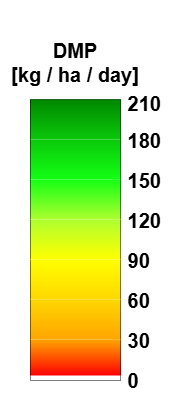
Before: legends/clms_global_dmp-dmp_300m_v2_10daily.png, a diagram exported from draw.io (copernicus-land/colourmaps-legends). Source tidied: cells renumbered, new cells last; positions are measured from the earlier drawing's top-left corner, leaving out a move shared by most shapes. The source it was exported from:
```xml
<mxGraphModel>
  <root>
    <mxCell id="0" />
    <mxCell id="1" parent="0" />
    <mxCell id="2" style="group;" parent="1" vertex="1">
      <mxGeometry width="180" height="400" as="geometry" />
    </mxCell>
    <mxCell id="3" style="rounded=0;whiteSpace=wrap;html=1;fillColor=none;strokeColor=#000000;" parent="2" vertex="1">
      <mxGeometry x="30" y="99.2" width="90" height="280.8" as="geometry" />
    </mxCell>
    <mxCell id="4" value="&lt;b&gt;&amp;nbsp;0&lt;/b&gt;" style="text;html=1;align=left;verticalAlign=middle;whiteSpace=wrap;rounded=0;fontSize=20;" parent="2" vertex="1">
      <mxGeometry x="120" y="370" width="50" height="20" as="geometry" />
    </mxCell>
    <mxCell id="5" value="&lt;b&gt;&amp;nbsp;180&lt;/b&gt;" style="text;html=1;align=left;verticalAlign=middle;whiteSpace=wrap;rounded=0;fontSize=20;" parent="2" vertex="1">
      <mxGeometry x="120" y="130" width="50" height="20" as="geometry" />
    </mxCell>
    <mxCell id="6" value="DMP&lt;br&gt;[kg / ha / day]" style="text;html=1;align=center;verticalAlign=bottom;whiteSpace=wrap;rounded=0;fontStyle=1;fontSize=20;" parent="2" vertex="1">
      <mxGeometry width="150" height="89.2" as="geometry" />
    </mxCell>
    <mxCell id="7" style="rounded=0;whiteSpace=wrap;html=1;strokeColor=none;fillColor=none;" parent="2" vertex="1">
      <mxGeometry x="10" y="125" width="10" height="275" as="geometry" />
    </mxCell>
    <mxCell id="8" value="&lt;b&gt;&amp;nbsp;120&lt;/b&gt;" style="text;html=1;align=left;verticalAlign=middle;whiteSpace=wrap;rounded=0;fontSize=20;" parent="2" vertex="1">
      <mxGeometry x="120" y="210" width="50" height="20" as="geometry" />
    </mxCell>
    <mxCell id="9" value="&lt;b&gt;&amp;nbsp;60&lt;/b&gt;" style="text;html=1;align=left;verticalAlign=middle;whiteSpace=wrap;rounded=0;fontSize=20;" parent="2" vertex="1">
      <mxGeometry x="120" y="290" width="50" height="20" as="geometry" />
    </mxCell>
    <mxCell id="10" style="rounded=0;whiteSpace=wrap;html=1;gradientDirection=south;rotation=0;strokeColor=none;" parent="2" vertex="1">
      <mxGeometry x="30" y="374.9" width="90" height="5.1" as="geometry" />
    </mxCell>
    <mxCell id="11" style="rounded=0;whiteSpace=wrap;html=1;gradientColor=light-dark(#FF0000,#FF0000);gradientDirection=south;strokeColor=none;rotation=0;fillColor=light-dark(#FFA500,#FFA500);" parent="2" vertex="1">
      <mxGeometry x="30" y="339" width="90" height="36" as="geometry" />
    </mxCell>
    <mxCell id="12" style="rounded=0;whiteSpace=wrap;html=1;gradientColor=light-dark(#FFA500,#FFA500);gradientDirection=south;strokeColor=none;rotation=0;fillColor=light-dark(#FFD700,#FFD700);" parent="2" vertex="1">
      <mxGeometry x="30" y="299" width="90" height="40" as="geometry" />
    </mxCell>
    <mxCell id="13" style="rounded=0;whiteSpace=wrap;html=1;gradientColor=light-dark(#FFD700,#FFD700);gradientDirection=south;strokeColor=none;rotation=0;fillColor=light-dark(#FFFF00,#FFFF00);" parent="2" vertex="1">
      <mxGeometry x="30" y="259" width="90" height="40" as="geometry" />
    </mxCell>
    <mxCell id="14" style="rounded=0;whiteSpace=wrap;html=1;gradientColor=light-dark(#FFFF00,#FFFF00);gradientDirection=south;strokeColor=none;rotation=0;fillColor=light-dark(#ADFF2F,#ADFF2F);" parent="2" vertex="1">
      <mxGeometry x="30" y="219" width="90" height="40" as="geometry" />
    </mxCell>
    <mxCell id="15" style="rounded=0;whiteSpace=wrap;html=1;gradientColor=light-dark(#ADFF2F,#ADFF2F);gradientDirection=south;strokeColor=none;rotation=0;fillColor=light-dark(#14FF14,#14FF14);" parent="2" vertex="1">
      <mxGeometry x="30" y="179" width="90" height="40" as="geometry" />
    </mxCell>
    <mxCell id="16" style="rounded=0;whiteSpace=wrap;html=1;gradientColor=light-dark(#14FF14,#14FF14);gradientDirection=south;strokeColor=none;rotation=0;fillColor=light-dark(#0AC80A,#0AC80A);" parent="2" vertex="1">
      <mxGeometry x="30" y="139" width="90" height="40" as="geometry" />
    </mxCell>
    <mxCell id="17" value="&lt;b&gt;&amp;nbsp;150&lt;/b&gt;" style="text;html=1;align=left;verticalAlign=middle;whiteSpace=wrap;rounded=0;fontSize=20;" parent="2" vertex="1">
      <mxGeometry x="120" y="170" width="50" height="20" as="geometry" />
    </mxCell>
    <mxCell id="18" value="&lt;b&gt;&amp;nbsp;90&lt;/b&gt;" style="text;html=1;align=left;verticalAlign=middle;whiteSpace=wrap;rounded=0;fontSize=20;" parent="2" vertex="1">
      <mxGeometry x="120" y="250" width="50" height="20" as="geometry" />
    </mxCell>
    <mxCell id="19" value="&lt;b&gt;&amp;nbsp;30&lt;/b&gt;" style="text;html=1;align=left;verticalAlign=middle;whiteSpace=wrap;rounded=0;fontSize=20;" parent="2" vertex="1">
      <mxGeometry x="120" y="330" width="50" height="20" as="geometry" />
    </mxCell>
    <mxCell id="20" style="rounded=0;whiteSpace=wrap;html=1;strokeColor=none;fillColor=none;" parent="2" vertex="1">
      <mxGeometry x="170" y="123.2" width="10" height="275" as="geometry" />
    </mxCell>
    <mxCell id="21" style="rounded=0;whiteSpace=wrap;html=1;gradientColor=light-dark(#0AC80A,#0AC80A);gradientDirection=south;strokeColor=none;rotation=0;fillColor=light-dark(#008800,#008800);" parent="2" vertex="1">
      <mxGeometry x="30" y="99" width="90" height="40" as="geometry" />
    </mxCell>
    <mxCell id="22" value="&lt;b&gt;&amp;nbsp;210&lt;/b&gt;" style="text;html=1;align=left;verticalAlign=middle;whiteSpace=wrap;rounded=0;fontSize=20;" parent="2" vertex="1">
      <mxGeometry x="120" y="92.5" width="50" height="20" as="geometry" />
    </mxCell>
  </root>
</mxGraphModel>
```
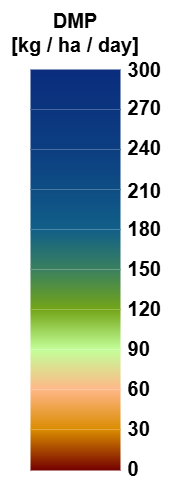
After the commit.

Commit message:
DMP, GDMP, GPP, NPP global 300m v2 update

Diff of the diagram source:
```diff
@@ -2,68 +2,80 @@
   <root>
     <mxCell id="0" />
     <mxCell id="1" parent="0" />
-    <mxCell id="2" style="group;" parent="1" vertex="1">
-      <mxGeometry width="180" height="400" as="geometry" />
-    </mxCell>
-    <mxCell id="3" style="rounded=0;whiteSpace=wrap;html=1;fillColor=none;strokeColor=#000000;" parent="2" vertex="1">
-      <mxGeometry x="30" y="99.2" width="90" height="280.8" as="geometry" />
-    </mxCell>
+    <mxCell id="23" style="group;" parent="1" vertex="1">
+      <mxGeometry x="-320" y="20" width="180" height="487.5" as="geometry" />
+    </mxCell>
-    <mxCell id="4" value="&lt;b&gt;&amp;nbsp;0&lt;/b&gt;" style="text;html=1;align=left;verticalAlign=middle;whiteSpace=wrap;rounded=0;fontSize=20;" parent="2" vertex="1">
-      <mxGeometry x="120" y="370" width="50" height="20" as="geometry" />
+    <mxCell id="4" value="&lt;b&gt;&amp;nbsp;0&lt;/b&gt;" style="text;html=1;align=left;verticalAlign=middle;whiteSpace=wrap;rounded=0;fontSize=20;" parent="23" vertex="1">
+      <mxGeometry x="120" y="457.5" width="50" height="20" as="geometry" />
     </mxCell>
-    <mxCell id="5" value="&lt;b&gt;&amp;nbsp;180&lt;/b&gt;" style="text;html=1;align=left;verticalAlign=middle;whiteSpace=wrap;rounded=0;fontSize=20;" parent="2" vertex="1">
-      <mxGeometry x="120" y="130" width="50" height="20" as="geometry" />
+    <mxCell id="5" value="&lt;b&gt;&amp;nbsp;180&lt;/b&gt;" style="text;html=1;align=left;verticalAlign=middle;whiteSpace=wrap;rounded=0;fontSize=20;" parent="23" vertex="1">
+      <mxGeometry x="120" y="217.5" width="50" height="20" as="geometry" />
     </mxCell>
-    <mxCell id="6" value="DMP&lt;br&gt;[kg / ha / day]" style="text;html=1;align=center;verticalAlign=bottom;whiteSpace=wrap;rounded=0;fontStyle=1;fontSize=20;" parent="2" vertex="1">
-      <mxGeometry width="150" height="89.2" as="geometry" />
+    <mxCell id="6" value="DMP&lt;br&gt;[kg / ha / day]" style="text;html=1;align=center;verticalAlign=bottom;whiteSpace=wrap;rounded=0;fontStyle=1;fontSize=20;" parent="23" vertex="1">
+      <mxGeometry width="150" height="59.2" as="geometry" />
     </mxCell>
-    <mxCell id="7" style="rounded=0;whiteSpace=wrap;html=1;strokeColor=none;fillColor=none;" parent="2" vertex="1">
-      <mxGeometry x="10" y="125" width="10" height="275" as="geometry" />
-    </mxCell>
+    <mxCell id="24" style="rounded=0;whiteSpace=wrap;html=1;strokeColor=none;fillColor=none;" parent="23" vertex="1">
+      <mxGeometry x="10" y="212.5" width="10" height="275" as="geometry" />
+    </mxCell>
-    <mxCell id="8" value="&lt;b&gt;&amp;nbsp;120&lt;/b&gt;" style="text;html=1;align=left;verticalAlign=middle;whiteSpace=wrap;rounded=0;fontSize=20;" parent="2" vertex="1">
-      <mxGeometry x="120" y="210" width="50" height="20" as="geometry" />
+    <mxCell id="8" value="&lt;b&gt;&amp;nbsp;120&lt;/b&gt;" style="text;html=1;align=left;verticalAlign=middle;whiteSpace=wrap;rounded=0;fontSize=20;" parent="23" vertex="1">
+      <mxGeometry x="120" y="297.5" width="50" height="20" as="geometry" />
     </mxCell>
-    <mxCell id="9" value="&lt;b&gt;&amp;nbsp;60&lt;/b&gt;" style="text;html=1;align=left;verticalAlign=middle;whiteSpace=wrap;rounded=0;fontSize=20;" parent="2" vertex="1">
-      <mxGeometry x="120" y="290" width="50" height="20" as="geometry" />
+    <mxCell id="9" value="&lt;b&gt;&amp;nbsp;60&lt;/b&gt;" style="text;html=1;align=left;verticalAlign=middle;whiteSpace=wrap;rounded=0;fontSize=20;" parent="23" vertex="1">
+      <mxGeometry x="120" y="377.5" width="50" height="20" as="geometry" />
     </mxCell>
-    <mxCell id="10" style="rounded=0;whiteSpace=wrap;html=1;gradientDirection=south;rotation=0;strokeColor=none;" parent="2" vertex="1">
-      <mxGeometry x="30" y="374.9" width="90" height="5.1" as="geometry" />
-    </mxCell>
-    <mxCell id="11" style="rounded=0;whiteSpace=wrap;html=1;gradientColor=light-dark(#FF0000,#FF0000);gradientDirection=south;strokeColor=none;rotation=0;fillColor=light-dark(#FFA500,#FFA500);" parent="2" vertex="1">
-      <mxGeometry x="30" y="339" width="90" height="36" as="geometry" />
-    </mxCell>
-    <mxCell id="12" style="rounded=0;whiteSpace=wrap;html=1;gradientColor=light-dark(#FFA500,#FFA500);gradientDirection=south;strokeColor=none;rotation=0;fillColor=light-dark(#FFD700,#FFD700);" parent="2" vertex="1">
-      <mxGeometry x="30" y="299" width="90" height="40" as="geometry" />
-    </mxCell>
-    <mxCell id="13" style="rounded=0;whiteSpace=wrap;html=1;gradientColor=light-dark(#FFD700,#FFD700);gradientDirection=south;strokeColor=none;rotation=0;fillColor=light-dark(#FFFF00,#FFFF00);" parent="2" vertex="1">
-      <mxGeometry x="30" y="259" width="90" height="40" as="geometry" />
-    </mxCell>
-    <mxCell id="14" style="rounded=0;whiteSpace=wrap;html=1;gradientColor=light-dark(#FFFF00,#FFFF00);gradientDirection=south;strokeColor=none;rotation=0;fillColor=light-dark(#ADFF2F,#ADFF2F);" parent="2" vertex="1">
-      <mxGeometry x="30" y="219" width="90" height="40" as="geometry" />
-    </mxCell>
-    <mxCell id="15" style="rounded=0;whiteSpace=wrap;html=1;gradientColor=light-dark(#ADFF2F,#ADFF2F);gradientDirection=south;strokeColor=none;rotation=0;fillColor=light-dark(#14FF14,#14FF14);" parent="2" vertex="1">
-      <mxGeometry x="30" y="179" width="90" height="40" as="geometry" />
-    </mxCell>
-    <mxCell id="16" style="rounded=0;whiteSpace=wrap;html=1;gradientColor=light-dark(#14FF14,#14FF14);gradientDirection=south;strokeColor=none;rotation=0;fillColor=light-dark(#0AC80A,#0AC80A);" parent="2" vertex="1">
-      <mxGeometry x="30" y="139" width="90" height="40" as="geometry" />
-    </mxCell>
+    <mxCell id="25" style="rounded=0;whiteSpace=wrap;html=1;gradientColor=light-dark(#DA8C00,#DA8C00);gradientDirection=south;strokeColor=none;rotation=0;fillColor=light-dark(#FFB787,#FFB787);" parent="23" vertex="1">
+      <mxGeometry x="30" y="389" width="90" height="40" as="geometry" />
+    </mxCell>
+    <mxCell id="26" style="rounded=0;whiteSpace=wrap;html=1;gradientColor=light-dark(#FFB787,#FFB787);gradientDirection=south;strokeColor=none;rotation=0;fillColor=light-dark(#C3FF99,#C3FF99);" parent="23" vertex="1">
+      <mxGeometry x="30" y="349" width="90" height="40" as="geometry" />
+    </mxCell>
+    <mxCell id="27" style="rounded=0;whiteSpace=wrap;html=1;gradientColor=light-dark(#C3FF99,#C3FF99);gradientDirection=south;strokeColor=none;rotation=0;fillColor=light-dark(#73A517,#73A517);" parent="23" vertex="1">
+      <mxGeometry x="30" y="309" width="90" height="40" as="geometry" />
+    </mxCell>
+    <mxCell id="28" style="rounded=0;whiteSpace=wrap;html=1;gradientColor=light-dark(#73A517,#73A517);gradientDirection=south;strokeColor=none;rotation=0;fillColor=light-dark(#3A805F,#3A805F);" parent="23" vertex="1">
+      <mxGeometry x="30" y="269" width="90" height="40" as="geometry" />
+    </mxCell>
+    <mxCell id="29" style="rounded=0;whiteSpace=wrap;html=1;gradientColor=light-dark(#3A805F,#3A805F);gradientDirection=south;strokeColor=none;rotation=0;fillColor=light-dark(#115F88,#115F88);" parent="23" vertex="1">
+      <mxGeometry x="30" y="229" width="90" height="40" as="geometry" />
+    </mxCell>
-    <mxCell id="17" value="&lt;b&gt;&amp;nbsp;150&lt;/b&gt;" style="text;html=1;align=left;verticalAlign=middle;whiteSpace=wrap;rounded=0;fontSize=20;" parent="2" vertex="1">
-      <mxGeometry x="120" y="170" width="50" height="20" as="geometry" />
+    <mxCell id="17" value="&lt;b&gt;&amp;nbsp;150&lt;/b&gt;" style="text;html=1;align=left;verticalAlign=middle;whiteSpace=wrap;rounded=0;fontSize=20;" parent="23" vertex="1">
+      <mxGeometry x="120" y="257.5" width="50" height="20" as="geometry" />
     </mxCell>
-    <mxCell id="18" value="&lt;b&gt;&amp;nbsp;90&lt;/b&gt;" style="text;html=1;align=left;verticalAlign=middle;whiteSpace=wrap;rounded=0;fontSize=20;" parent="2" vertex="1">
-      <mxGeometry x="120" y="250" width="50" height="20" as="geometry" />
+    <mxCell id="18" value="&lt;b&gt;&amp;nbsp;90&lt;/b&gt;" style="text;html=1;align=left;verticalAlign=middle;whiteSpace=wrap;rounded=0;fontSize=20;" parent="23" vertex="1">
+      <mxGeometry x="120" y="337.5" width="50" height="20" as="geometry" />
     </mxCell>
-    <mxCell id="19" value="&lt;b&gt;&amp;nbsp;30&lt;/b&gt;" style="text;html=1;align=left;verticalAlign=middle;whiteSpace=wrap;rounded=0;fontSize=20;" parent="2" vertex="1">
-      <mxGeometry x="120" y="330" width="50" height="20" as="geometry" />
+    <mxCell id="19" value="&lt;b&gt;&amp;nbsp;30&lt;/b&gt;" style="text;html=1;align=left;verticalAlign=middle;whiteSpace=wrap;rounded=0;fontSize=20;" parent="23" vertex="1">
+      <mxGeometry x="120" y="417.5" width="50" height="20" as="geometry" />
     </mxCell>
-    <mxCell id="20" style="rounded=0;whiteSpace=wrap;html=1;strokeColor=none;fillColor=none;" parent="2" vertex="1">
-      <mxGeometry x="170" y="123.2" width="10" height="275" as="geometry" />
-    </mxCell>
-    <mxCell id="21" style="rounded=0;whiteSpace=wrap;html=1;gradientColor=light-dark(#0AC80A,#0AC80A);gradientDirection=south;strokeColor=none;rotation=0;fillColor=light-dark(#008800,#008800);" parent="2" vertex="1">
-      <mxGeometry x="30" y="99" width="90" height="40" as="geometry" />
-    </mxCell>
+    <mxCell id="30" style="rounded=0;whiteSpace=wrap;html=1;strokeColor=none;fillColor=none;" parent="23" vertex="1">
+      <mxGeometry x="170" y="210.8" width="10" height="275" as="geometry" />
+    </mxCell>
+    <mxCell id="31" style="rounded=0;whiteSpace=wrap;html=1;gradientColor=light-dark(#115F88,#115F88);gradientDirection=south;strokeColor=none;rotation=0;fillColor=light-dark(#0E4D84,#0E4D84);" parent="23" vertex="1">
+      <mxGeometry x="30" y="189" width="90" height="40" as="geometry" />
+    </mxCell>
-    <mxCell id="22" value="&lt;b&gt;&amp;nbsp;210&lt;/b&gt;" style="text;html=1;align=left;verticalAlign=middle;whiteSpace=wrap;rounded=0;fontSize=20;" parent="2" vertex="1">
-      <mxGeometry x="120" y="92.5" width="50" height="20" as="geometry" />
+    <mxCell id="22" value="&lt;b&gt;&amp;nbsp;210&lt;/b&gt;" style="text;html=1;align=left;verticalAlign=middle;whiteSpace=wrap;rounded=0;fontSize=20;" parent="23" vertex="1">
+      <mxGeometry x="120" y="180" width="50" height="20" as="geometry" />
     </mxCell>
+    <mxCell id="32" style="rounded=0;whiteSpace=wrap;html=1;gradientColor=light-dark(#730000,#730000);gradientDirection=south;strokeColor=none;rotation=0;fillColor=light-dark(#DA8C00,#DA8C00);" parent="23" vertex="1">
+      <mxGeometry x="30" y="429" width="90" height="41" as="geometry" />
+    </mxCell>
+    <mxCell id="33" style="rounded=0;whiteSpace=wrap;html=1;gradientColor=light-dark(#0E4D84,#0E4D84);gradientDirection=south;strokeColor=none;rotation=0;fillColor=light-dark(#0C3E81,#0C3E81);" parent="23" vertex="1">
+      <mxGeometry x="30" y="149" width="90" height="40" as="geometry" />
+    </mxCell>
+    <mxCell id="34" style="rounded=0;whiteSpace=wrap;html=1;gradientColor=light-dark(#0C3E81,#0C3E81);gradientDirection=south;strokeColor=none;rotation=0;fillColor=light-dark(#0B357F,#0B357F);" parent="23" vertex="1">
+      <mxGeometry x="30" y="109" width="90" height="40" as="geometry" />
+    </mxCell>
+    <mxCell id="35" style="rounded=0;whiteSpace=wrap;html=1;gradientColor=light-dark(#0B357F,#0B357F);gradientDirection=south;strokeColor=none;rotation=0;fillColor=light-dark(#0A2D7D,#0A2D7D);" parent="23" vertex="1">
+      <mxGeometry x="30" y="69" width="90" height="40" as="geometry" />
+    </mxCell>
+    <mxCell id="36" value="&lt;b&gt;&amp;nbsp;270&lt;/b&gt;" style="text;html=1;align=left;verticalAlign=middle;whiteSpace=wrap;rounded=0;fontSize=20;" parent="23" vertex="1">
+      <mxGeometry x="120" y="96.8" width="50" height="20" as="geometry" />
+    </mxCell>
+    <mxCell id="37" value="&lt;b&gt;&amp;nbsp;240&lt;/b&gt;" style="text;html=1;align=left;verticalAlign=middle;whiteSpace=wrap;rounded=0;fontSize=20;" parent="23" vertex="1">
+      <mxGeometry x="120" y="136.8" width="50" height="20" as="geometry" />
+    </mxCell>
+    <mxCell id="38" value="&lt;b&gt;&amp;nbsp;300&lt;/b&gt;" style="text;html=1;align=left;verticalAlign=middle;whiteSpace=wrap;rounded=0;fontSize=20;" parent="23" vertex="1">
+      <mxGeometry x="120" y="59.2" width="50" height="20" as="geometry" />
+    </mxCell>
   </root>
 </mxGraphModel>
```
